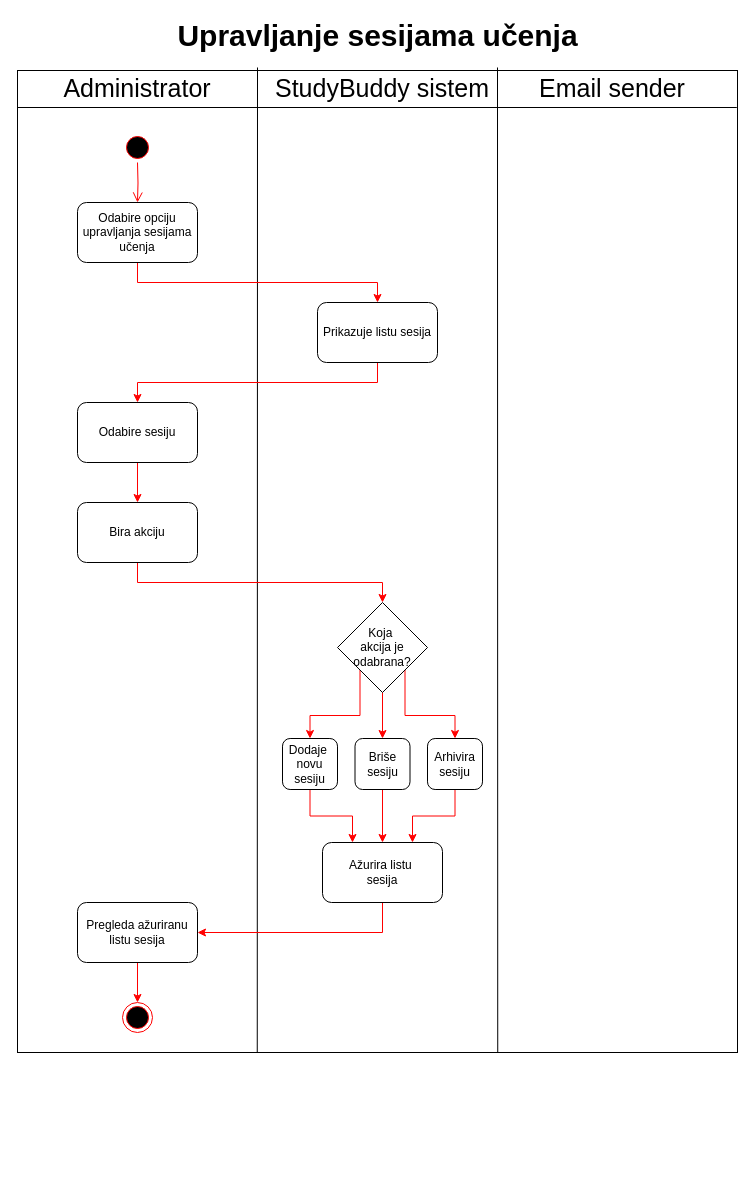
Before: activity dijagrami/raw/Activity_upravljanje_sesijama_ucenja.drawio in ooad-2025-26/Grupa8-Tim3, a draw.io diagram. Source tidied: cells renumbered, new cells numbered last; positions are measured from the earlier drawing's top-left corner, leaving out a move shared by most shapes. Both pictures are drawn from the tidied source at 100%, with x=0, y=0 at pixel (17, 22).
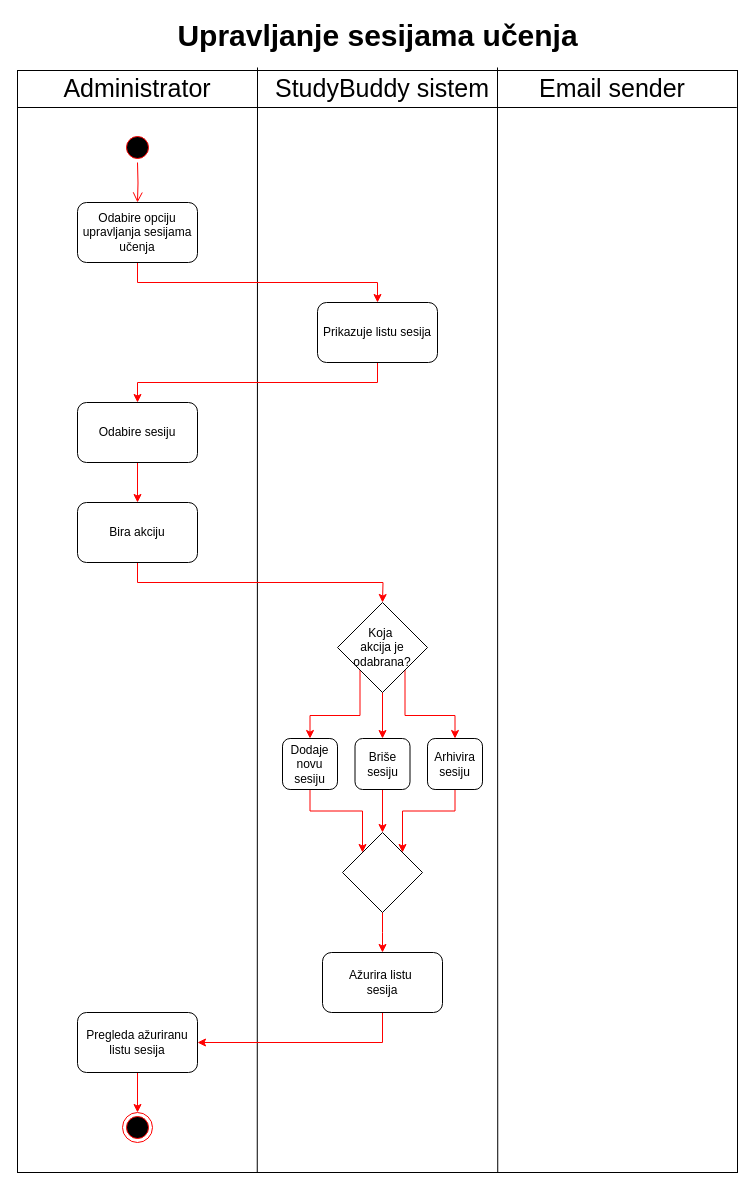
Above is the later version.

Commit message (it also covers changes not shown here):
activity dijagrami - t3

Unchanged cells that the change refers to:
```xml
<mxCell id="22" value="Bira akciju" style="rounded=1;whiteSpace=wrap;html=1;fillColor=none;strokeColor=light-dark(#000000,#000000);" parent="1" vertex="1">
  <mxGeometry x="60" y="480" width="120" height="60" as="geometry" />
</mxCell>
<mxCell id="26" value="Koja&amp;nbsp;&lt;div&gt;akcija&amp;nbsp;&lt;span style=&quot;background-color: transparent; color: light-dark(rgb(0, 0, 0), rgb(255, 255, 255));&quot;&gt;je odabrana?&lt;/span&gt;&lt;/div&gt;" style="rhombus;whiteSpace=wrap;html=1;fillColor=none;" parent="1" vertex="1">
  <mxGeometry x="320" y="580" width="90" height="90" as="geometry" />
</mxCell>
<mxCell id="30" value="Briše sesiju" style="rounded=1;whiteSpace=wrap;html=1;fillColor=none;" parent="1" vertex="1">
  <mxGeometry x="337.5" y="716" width="55" height="51" as="geometry" />
</mxCell>
<mxCell id="32" value="Arhivira sesiju" style="rounded=1;whiteSpace=wrap;html=1;fillColor=none;" parent="1" vertex="1">
  <mxGeometry x="410" y="716" width="55" height="51" as="geometry" />
</mxCell>
```

What changed in the source:
```diff
@@
     <mxCell id="2" style="rounded=0;whiteSpace=wrap;html=1;fillColor=none;" parent="1" vertex="1">
-      <mxGeometry y="48" width="720" height="982" as="geometry" />
+      <mxGeometry y="48" width="720" height="1102" as="geometry" />
     </mxCell>
@@
     <mxCell id="19" style="ellipse;html=1;shape=endState;fillColor=#000000;strokeColor=#ff0000;" parent="1" vertex="1">
-      <mxGeometry x="105" y="980" width="30" height="30" as="geometry" />
+      <mxGeometry x="105" y="1090" width="30" height="30" as="geometry" />
     </mxCell>
     <mxCell id="20" style="rounded=0;jettySize=auto;html=1;exitX=0.5;exitY=1;exitDx=0;exitDy=0;entryX=0.5;entryY=0;entryDx=0;entryDy=0;strokeColor=#FF0000;fontColor=#FF0000;" parent="1" edge="1" target="19">
       <mxGeometry relative="1" as="geometry">
-        <mxPoint x="120" y="940" as="sourcePoint" />
+        <mxPoint x="120" y="1050" as="sourcePoint" />
       </mxGeometry>
     </mxCell>
-    <mxCell id="21" style="edgeStyle=orthogonalEdgeStyle;rounded=0;jettySize=auto;html=1;exitX=0.5;exitY=1;exitDx=0;exitDy=0;entryX=0.5;entryY=0;entryDx=0;entryDy=0;strokeColor=#FF0000;" parent="1" edge="1" source="22" target="26">
-      <mxGeometry relative="1" as="geometry" />
+    <mxCell id="21" style="edgeStyle=orthogonalEdgeStyle;rounded=0;jettySize=auto;html=1;exitX=0.5;exitY=1;exitDx=0;exitDy=0;entryX=0.5;entryY=0;entryDx=0;entryDy=0;strokeColor=#FF0000;" parent="1" edge="1" source="22">
+      <mxGeometry relative="1" as="geometry">
+        <mxPoint x="365" y="580" as="targetPoint" />
+      </mxGeometry>
     </mxCell>
@@
+    <mxCell id="33" value="Ažurira listu&amp;nbsp;&lt;div&gt;sesija&lt;/div&gt;" style="rounded=1;whiteSpace=wrap;html=1;fillColor=none;strokeColor=light-dark(#000000,#000000);" parent="1" vertex="1">
+      <mxGeometry x="305" y="930" width="120" height="60" as="geometry" />
+    </mxCell>
+    <mxCell id="34" value="Pregleda ažuriranu listu sesija" style="rounded=1;whiteSpace=wrap;html=1;fillColor=none;strokeColor=light-dark(#000000,#000000);" parent="1" vertex="1">
+      <mxGeometry x="60" y="990" width="120" height="60" as="geometry" />
+    </mxCell>
@@
-    <mxCell id="27" style="edgeStyle=orthogonalEdgeStyle;rounded=0;jettySize=auto;html=1;exitX=0.5;exitY=1;exitDx=0;exitDy=0;entryX=0.25;entryY=0;entryDx=0;entryDy=0;strokeColor=#FF0000;" parent="1" edge="1" source="28" target="33">
-      <mxGeometry relative="1" as="geometry" />
-    </mxCell>
+    <mxCell id="35" style="edgeStyle=orthogonalEdgeStyle;rounded=0;jettySize=auto;html=1;exitX=0.5;exitY=1;exitDx=0;exitDy=0;strokeColor=#FF0000;entryX=0;entryY=0;entryDx=0;entryDy=0;" parent="1" edge="1" source="28" target="39">
+      <mxGeometry relative="1" as="geometry" />
+    </mxCell>
-    <mxCell id="28" value="Dodaje&amp;nbsp;&lt;div&gt;novu&lt;/div&gt;&lt;div&gt;sesiju&lt;/div&gt;" style="rounded=1;whiteSpace=wrap;html=1;fillColor=none;" parent="1" vertex="1">
+    <mxCell id="28" value="Dodaje novu sesiju" style="rounded=1;whiteSpace=wrap;html=1;fillColor=none;" parent="1" vertex="1">
       <mxGeometry x="265" y="716" width="55" height="51" as="geometry" />
     </mxCell>
-    <mxCell id="29" style="edgeStyle=orthogonalEdgeStyle;rounded=0;jettySize=auto;html=1;exitX=0.5;exitY=1;exitDx=0;exitDy=0;entryX=0.5;entryY=0;entryDx=0;entryDy=0;strokeColor=#FF0000;" parent="1" edge="1" source="30" target="33">
-      <mxGeometry relative="1" as="geometry" />
-    </mxCell>
+    <mxCell id="36" style="edgeStyle=orthogonalEdgeStyle;rounded=0;jettySize=auto;html=1;exitX=0.5;exitY=1;exitDx=0;exitDy=0;strokeColor=#FF0000;entryX=0.5;entryY=0;entryDx=0;entryDy=0;entryPerimeter=0;" parent="1" edge="1" source="30" target="39">
+      <mxGeometry relative="1" as="geometry" />
+    </mxCell>
@@
-    <mxCell id="31" style="edgeStyle=orthogonalEdgeStyle;rounded=0;jettySize=auto;html=1;exitX=0.5;exitY=1;exitDx=0;exitDy=0;entryX=0.75;entryY=0;entryDx=0;entryDy=0;strokeColor=#FF0000;" parent="1" edge="1" source="32" target="33">
-      <mxGeometry relative="1" as="geometry" />
-    </mxCell>
+    <mxCell id="37" style="edgeStyle=orthogonalEdgeStyle;rounded=0;jettySize=auto;html=1;exitX=0.5;exitY=1;exitDx=0;exitDy=0;strokeColor=#FF0000;entryX=1;entryY=0;entryDx=0;entryDy=0;" parent="1" edge="1" source="32" target="39">
+      <mxGeometry relative="1" as="geometry" />
+    </mxCell>
@@
-    <mxCell id="33" value="Ažurira listu&amp;nbsp;&lt;div&gt;sesija&lt;/div&gt;" style="rounded=1;whiteSpace=wrap;html=1;fillColor=none;strokeColor=light-dark(#000000,#000000);" parent="1" vertex="1">
-      <mxGeometry x="305" y="820" width="120" height="60" as="geometry" />
-    </mxCell>
-    <mxCell id="34" value="Pregleda ažuriranu listu sesija" style="rounded=1;whiteSpace=wrap;html=1;fillColor=none;strokeColor=light-dark(#000000,#000000);" parent="1" vertex="1">
-      <mxGeometry x="60" y="880" width="120" height="60" as="geometry" />
-    </mxCell>
+    <mxCell id="38" style="edgeStyle=orthogonalEdgeStyle;rounded=0;jettySize=auto;html=1;exitX=0.5;exitY=1;exitDx=0;exitDy=0;entryX=0.5;entryY=0;entryDx=0;entryDy=0;strokeColor=#FF0000;" parent="1" edge="1" source="39">
+      <mxGeometry relative="1" as="geometry">
+        <mxPoint x="365" y="930" as="targetPoint" />
+      </mxGeometry>
+    </mxCell>
+    <mxCell id="39" style="rhombus;whiteSpace=wrap;html=1;fillColor=none;" parent="1" vertex="1">
+      <mxGeometry x="325" y="810" width="80" height="80" as="geometry" />
+    </mxCell>
```
